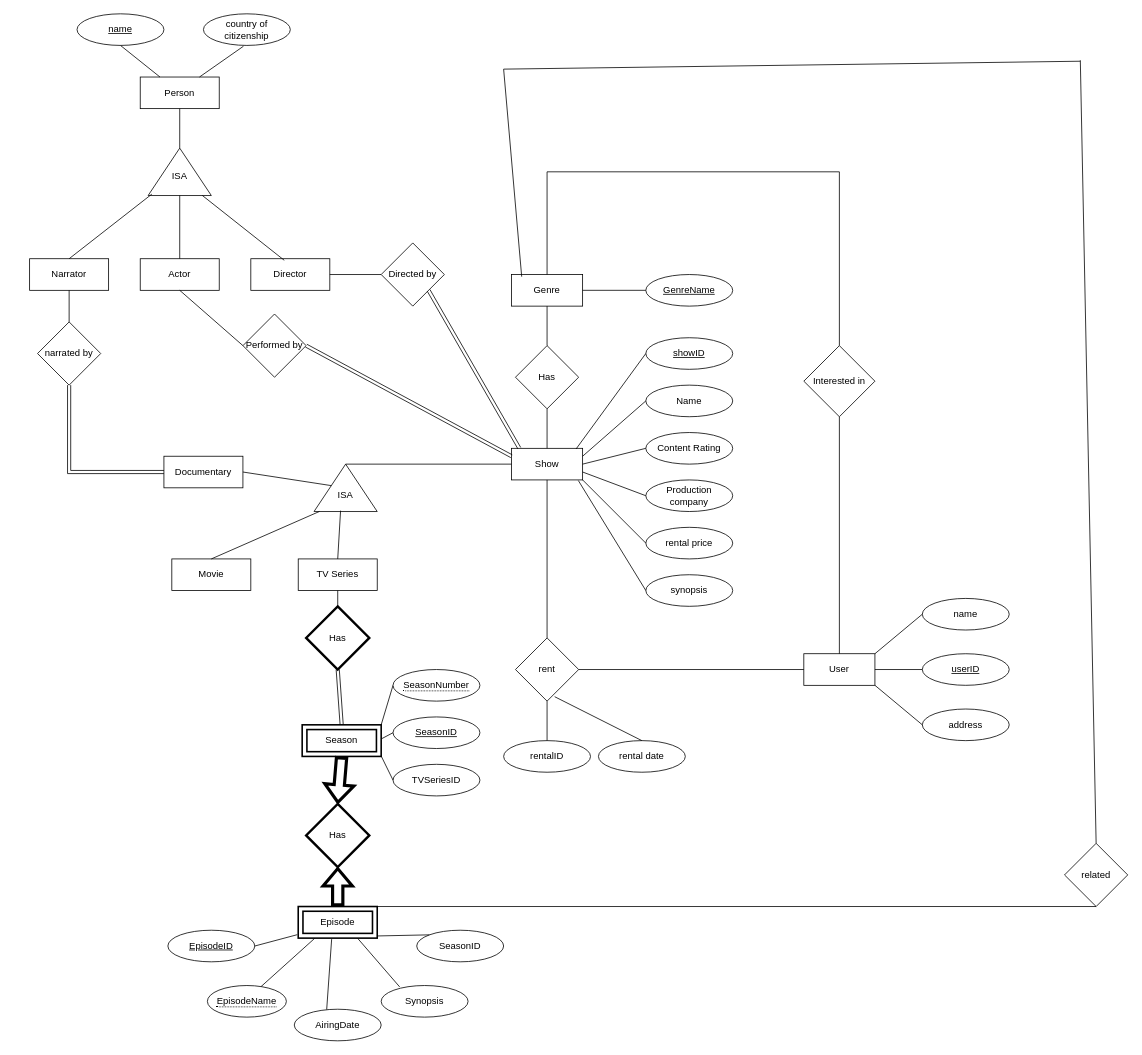
Above: Q1.drawio in JeremyCrete/363A1 (draw.io), before the change. Source tidied: cells renumbered, new cells numbered last; positions are measured from the earlier drawing's top-left corner, leaving out a move shared by most shapes. Both pictures are drawn from the tidied source at 79%, with x=0, y=0 at pixel (29, 13).
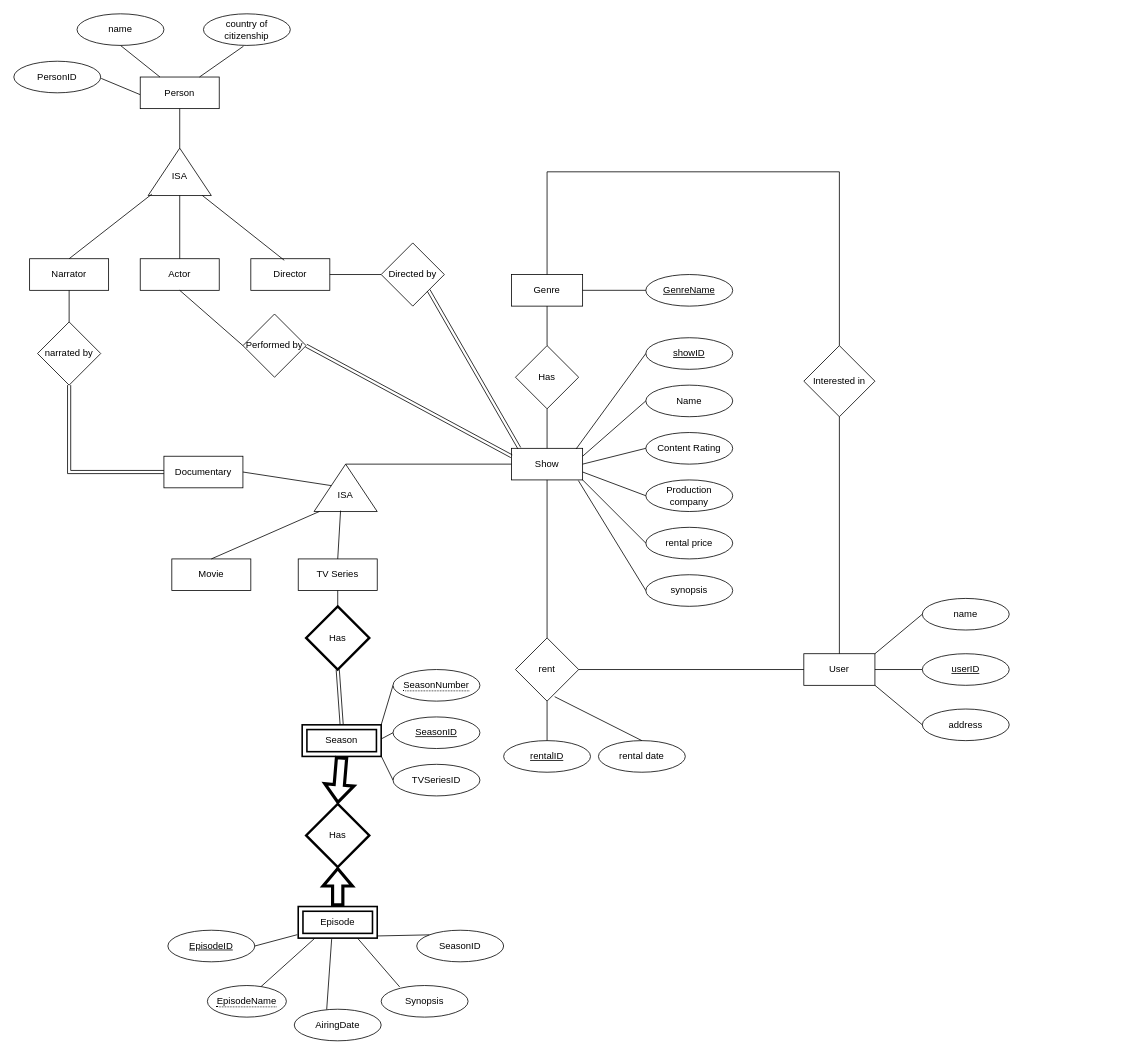
Above is the later version.

The change refers to these unchanged cells:
```xml
<mxCell id="23" value="Genre" style="html=1;whiteSpace=wrap;" parent="1" vertex="1">
  <mxGeometry x="610" y="330" width="90" height="40" as="geometry" />
</mxCell>
<mxCell id="52" value="Person" style="rounded=0;whiteSpace=wrap;html=1;" parent="1" vertex="1">
  <mxGeometry x="140" y="80" width="100" height="40" as="geometry" />
</mxCell>
<mxCell id="66" value="Episode" style="shape=ext;margin=3;double=1;whiteSpace=wrap;html=1;align=center;strokeWidth=2;" parent="1" vertex="1">
  <mxGeometry x="340" y="1130" width="100" height="40" as="geometry" />
</mxCell>
```

What changed in the source:
```diff
@@
-    <mxCell id="60" value="&lt;u&gt;name&lt;/u&gt;" style="ellipse;whiteSpace=wrap;html=1;strokeColor=default;align=center;verticalAlign=middle;fontFamily=Helvetica;fontSize=12;fontColor=default;fillColor=default;" parent="1" vertex="1">
+    <mxCell id="60" value="name" style="ellipse;whiteSpace=wrap;html=1;strokeColor=default;align=center;verticalAlign=middle;fontFamily=Helvetica;fontSize=12;fontColor=default;fillColor=default;" parent="1" vertex="1">
       <mxGeometry x="60" width="110" height="40" as="geometry" />
     </mxCell>
@@
-    <mxCell id="73" value="rentalID" style="ellipse;whiteSpace=wrap;html=1;" parent="1" vertex="1">
+    <mxCell id="73" value="&lt;u&gt;rentalID&lt;/u&gt;" style="ellipse;whiteSpace=wrap;html=1;" parent="1" vertex="1">
       <mxGeometry x="600" y="920" width="110" height="40" as="geometry" />
     </mxCell>
@@
-    <mxCell id="97" value="related" style="rhombus;whiteSpace=wrap;html=1;" parent="1" vertex="1">
-      <mxGeometry x="1310" y="1050" width="80" height="80" as="geometry" />
-    </mxCell>
-    <mxCell id="98" style="endArrow=none;html=1;rounded=0;exitX=1;exitY=0;exitDx=0;exitDy=0;entryX=0.5;entryY=1;entryDx=0;entryDy=0;" parent="1" edge="1" source="66" target="97">
-      <mxGeometry relative="1" as="geometry" />
-    </mxCell>
-    <mxCell id="99" style="endArrow=none;html=1;rounded=0;exitX=0.5;exitY=0;exitDx=0;exitDy=0;" parent="1" edge="1" source="97">
-      <mxGeometry relative="1" as="geometry">
-        <mxPoint x="1330" y="58.8" as="targetPoint" />
-      </mxGeometry>
-    </mxCell>
-    <mxCell id="100" style="endArrow=none;html=1;rounded=0;" parent="1" edge="1">
-      <mxGeometry relative="1" as="geometry">
-        <mxPoint x="600" y="70" as="sourcePoint" />
-        <mxPoint x="1330" y="60" as="targetPoint" />
-      </mxGeometry>
-    </mxCell>
-    <mxCell id="101" style="endArrow=none;html=1;rounded=0;exitX=0.143;exitY=0.068;exitDx=0;exitDy=0;exitPerimeter=0;" parent="1" edge="1" source="23">
-      <mxGeometry relative="1" as="geometry">
-        <mxPoint x="600" y="70" as="targetPoint" />
-      </mxGeometry>
-    </mxCell>
+    <mxCell id="102" value="PersonID" style="ellipse;whiteSpace=wrap;html=1;strokeColor=default;align=center;verticalAlign=middle;fontFamily=Helvetica;fontSize=12;fontColor=default;fillColor=default;" parent="1" vertex="1">
+      <mxGeometry x="-20" y="60" width="110" height="40" as="geometry" />
+    </mxCell>
+    <mxCell id="103" style="endArrow=none;html=1;rounded=0;entryX=-0.002;entryY=0.556;entryDx=0;entryDy=0;entryPerimeter=0;exitX=1.006;exitY=0.544;exitDx=0;exitDy=0;exitPerimeter=0;" parent="1" edge="1" source="102" target="52">
+      <mxGeometry relative="1" as="geometry" />
+    </mxCell>
```
